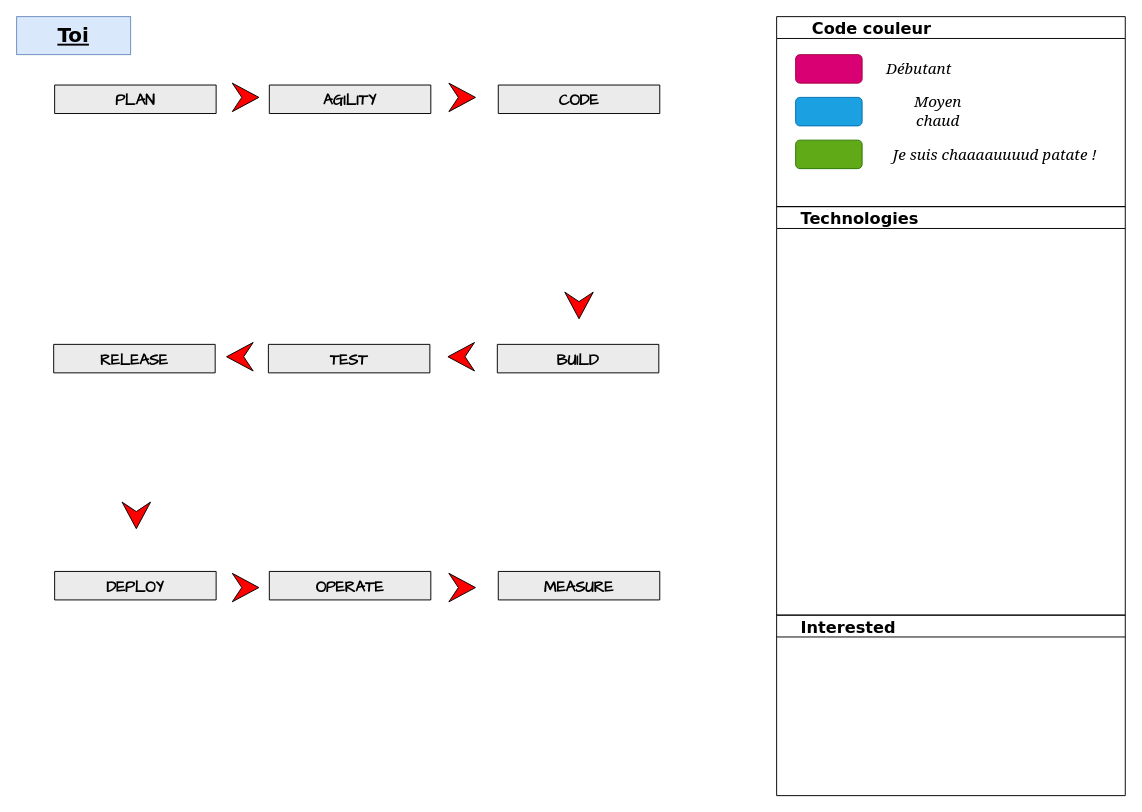
teolia/TeoSchool_skills keeps this draw.io diagram as skills.drawio. Above is the earlier version. Source tidied: cells renumbered, new cells numbered last; positions are measured from the earlier drawing's top-left corner, leaving out a move shared by most shapes. Both pictures are drawn from the tidied source at 95%, with x=0, y=0 at pixel (16, 16).
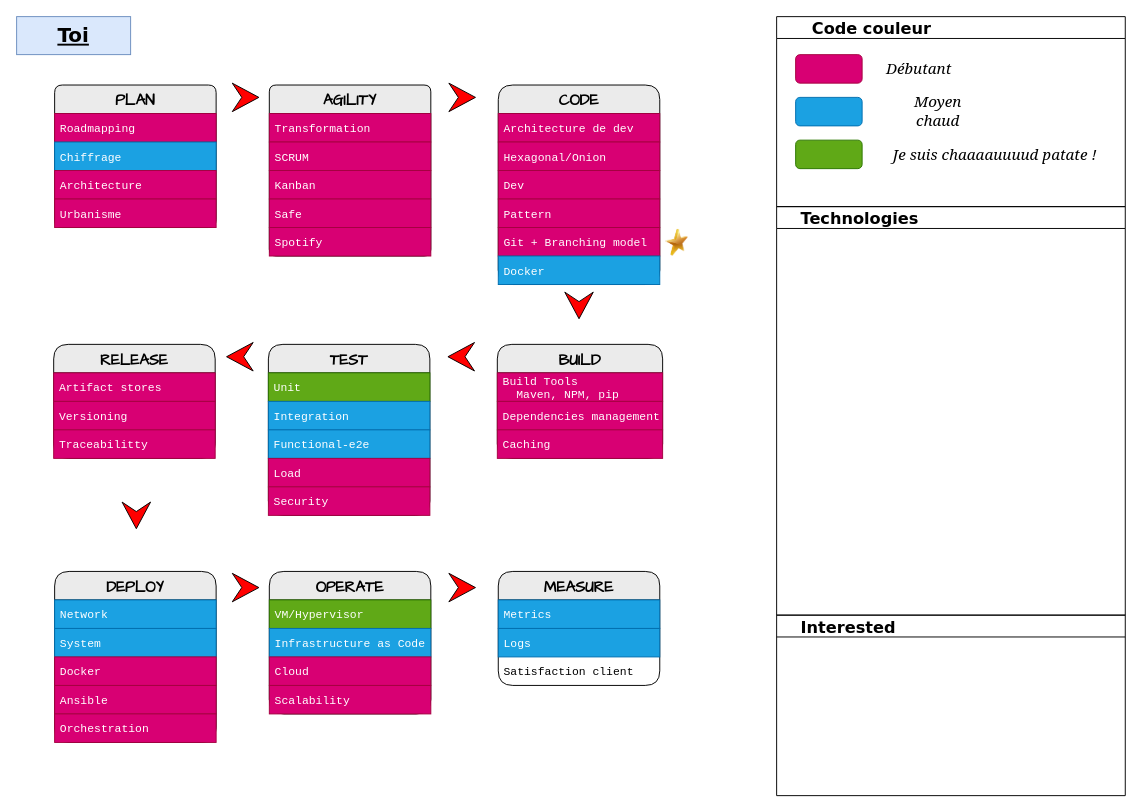
After the change.

Change to the diagram source:
```diff
@@
-    <mxCell id="3" value="PLAN" style="swimlane;fontStyle=1;horizontal=1;startSize=30;fontFamily=Comic Sans MS;rounded=1;arcSize=9;labelBackgroundColor=none;fillColor=#EBEBEB;fontSize=16;" parent="1" vertex="1" collapsed="1">
-      <mxGeometry x="40" y="72" width="170" height="30" as="geometry" />
+    <mxCell id="3" value="PLAN" style="swimlane;fontStyle=1;horizontal=1;startSize=30;fontFamily=Comic Sans MS;rounded=1;arcSize=9;labelBackgroundColor=none;fillColor=#EBEBEB;fontSize=16;" parent="1" vertex="1">
+      <mxGeometry x="40" y="72" width="170" height="150" as="geometry" />
     </mxCell>
+    <mxCell id="29" value="Roadmapping" style="text;align=left;verticalAlign=middle;spacingLeft=4;spacingRight=4;overflow=hidden;fontFamily=Courier New;fillColor=#d80073;fontColor=#ffffff;strokeColor=#A50040;" parent="3" vertex="1">
+      <mxGeometry y="30" width="170" height="30" as="geometry" />
+    </mxCell>
+    <mxCell id="30" value="Chiffrage" style="text;align=left;verticalAlign=middle;spacingLeft=4;spacingRight=4;overflow=hidden;fontFamily=Courier New;fillColor=#1ba1e2;fontColor=#ffffff;strokeColor=#006EAF;" parent="3" vertex="1">
+      <mxGeometry y="60" width="170" height="30" as="geometry" />
+    </mxCell>
+    <mxCell id="31" value="Architecture" style="text;align=left;verticalAlign=middle;spacingLeft=4;spacingRight=4;overflow=hidden;fontFamily=Courier New;fillColor=#d80073;fontColor=#ffffff;strokeColor=#A50040;" parent="3" vertex="1">
+      <mxGeometry y="90" width="170" height="30" as="geometry" />
+    </mxCell>
+    <mxCell id="32" value="Urbanisme" style="text;strokeColor=#A50040;fillColor=#d80073;align=left;verticalAlign=middle;spacingLeft=4;spacingRight=4;overflow=hidden;fontFamily=Courier New;fontColor=#ffffff;" parent="3" vertex="1">
+      <mxGeometry y="120" width="170" height="30" as="geometry" />
+    </mxCell>
-    <mxCell id="4" value="AGILITY" style="swimlane;fontStyle=1;horizontal=1;startSize=30;fontFamily=Comic Sans MS;rounded=1;arcSize=8;labelBackgroundColor=none;fillColor=#EBEBEB;fontSize=16;" parent="1" vertex="1" collapsed="1">
-      <mxGeometry x="266" y="72" width="170" height="30" as="geometry" />
+    <mxCell id="4" value="AGILITY" style="swimlane;fontStyle=1;horizontal=1;startSize=30;fontFamily=Comic Sans MS;rounded=1;arcSize=8;labelBackgroundColor=none;fillColor=#EBEBEB;fontSize=16;" parent="1" vertex="1">
+      <mxGeometry x="266" y="72" width="170" height="180" as="geometry" />
     </mxCell>
+    <mxCell id="33" value="Transformation" style="text;align=left;verticalAlign=middle;spacingLeft=4;spacingRight=4;overflow=hidden;fontFamily=Courier New;fillColor=#d80073;fontColor=#ffffff;strokeColor=#A50040;" parent="4" vertex="1">
+      <mxGeometry y="30" width="170" height="30" as="geometry" />
+    </mxCell>
+    <mxCell id="34" value="SCRUM" style="text;strokeColor=#A50040;fillColor=#d80073;align=left;verticalAlign=middle;spacingLeft=4;spacingRight=4;overflow=hidden;fontFamily=Courier New;fontColor=#ffffff;" parent="4" vertex="1">
+      <mxGeometry y="60" width="170" height="30" as="geometry" />
+    </mxCell>
+    <mxCell id="35" value="Kanban" style="text;strokeColor=#A50040;fillColor=#d80073;align=left;verticalAlign=middle;spacingLeft=4;spacingRight=4;overflow=hidden;fontFamily=Courier New;fontColor=#ffffff;" parent="4" vertex="1">
+      <mxGeometry y="90" width="170" height="30" as="geometry" />
+    </mxCell>
+    <mxCell id="36" value="Safe" style="text;strokeColor=#A50040;fillColor=#d80073;align=left;verticalAlign=middle;spacingLeft=4;spacingRight=4;overflow=hidden;fontFamily=Courier New;fontColor=#ffffff;" parent="4" vertex="1">
+      <mxGeometry y="120" width="170" height="30" as="geometry" />
+    </mxCell>
+    <mxCell id="37" value="Spotify" style="text;strokeColor=#A50040;fillColor=#d80073;align=left;verticalAlign=middle;spacingLeft=4;spacingRight=4;overflow=hidden;fontFamily=Courier New;fontColor=#ffffff;" parent="4" vertex="1">
+      <mxGeometry y="150" width="170" height="30" as="geometry" />
+    </mxCell>
-    <mxCell id="5" value="CODE" style="swimlane;fontStyle=1;horizontal=1;startSize=30;fontFamily=Comic Sans MS;rounded=1;arcSize=17;labelBackgroundColor=none;fillColor=#EBEBEB;fontSize=16;" parent="1" vertex="1" collapsed="1">
-      <mxGeometry x="507" y="72" width="170" height="30" as="geometry" />
+    <mxCell id="5" value="CODE" style="swimlane;fontStyle=1;horizontal=1;startSize=30;fontFamily=Comic Sans MS;rounded=1;arcSize=17;labelBackgroundColor=none;fillColor=#EBEBEB;fontSize=16;" parent="1" vertex="1">
+      <mxGeometry x="507" y="72" width="170" height="210" as="geometry" />
     </mxCell>
+    <mxCell id="38" value="Architecture de dev" style="text;align=left;verticalAlign=middle;spacingLeft=4;spacingRight=4;overflow=hidden;fontFamily=Courier New;fillColor=#d80073;fontColor=#ffffff;strokeColor=#A50040;" parent="5" vertex="1">
+      <mxGeometry y="30" width="170" height="30" as="geometry" />
+    </mxCell>
+    <mxCell id="39" value="Hexagonal/Onion" style="text;strokeColor=#A50040;fillColor=#d80073;align=left;verticalAlign=middle;spacingLeft=4;spacingRight=4;overflow=hidden;fontFamily=Courier New;fontColor=#ffffff;" parent="5" vertex="1">
+      <mxGeometry y="60" width="170" height="30" as="geometry" />
+    </mxCell>
+    <mxCell id="40" value="Dev" style="text;strokeColor=#A50040;fillColor=#d80073;align=left;verticalAlign=middle;spacingLeft=4;spacingRight=4;overflow=hidden;fontFamily=Courier New;fontColor=#ffffff;" parent="5" vertex="1">
+      <mxGeometry y="90" width="170" height="30" as="geometry" />
+    </mxCell>
+    <mxCell id="41" value="Pattern" style="text;strokeColor=#A50040;fillColor=#d80073;align=left;verticalAlign=middle;spacingLeft=4;spacingRight=4;overflow=hidden;fontFamily=Courier New;fontColor=#ffffff;" parent="5" vertex="1">
+      <mxGeometry y="120" width="170" height="30" as="geometry" />
+    </mxCell>
+    <mxCell id="42" value="Git + Branching model" style="text;strokeColor=#A50040;fillColor=#d80073;align=left;verticalAlign=middle;spacingLeft=4;spacingRight=4;overflow=hidden;fontFamily=Courier New;fontColor=#ffffff;" parent="5" vertex="1">
+      <mxGeometry y="150" width="170" height="30" as="geometry" />
+    </mxCell>
+    <mxCell id="43" value="Docker" style="text;strokeColor=#006EAF;fillColor=#1ba1e2;align=left;verticalAlign=middle;spacingLeft=4;spacingRight=4;overflow=hidden;fontFamily=Courier New;fontColor=#ffffff;" parent="5" vertex="1">
+      <mxGeometry y="180" width="170" height="30" as="geometry" />
+    </mxCell>
@@
-    <mxCell id="8" value="RELEASE" style="swimlane;fontStyle=1;horizontal=1;startSize=30;fontFamily=Comic Sans MS;rounded=1;arcSize=17;labelBackgroundColor=none;fillColor=#EBEBEB;fontSize=16;" parent="1" vertex="1" collapsed="1">
-      <mxGeometry x="39" y="345" width="170" height="30" as="geometry" />
+    <mxCell id="8" value="RELEASE" style="swimlane;fontStyle=1;horizontal=1;startSize=30;fontFamily=Comic Sans MS;rounded=1;arcSize=17;labelBackgroundColor=none;fillColor=#EBEBEB;fontSize=16;" parent="1" vertex="1">
+      <mxGeometry x="39" y="345" width="170" height="120" as="geometry" />
     </mxCell>
+    <mxCell id="44" value="Artifact stores" style="text;align=left;verticalAlign=middle;spacingLeft=4;spacingRight=4;overflow=hidden;fontFamily=Courier New;fillColor=#d80073;fontColor=#ffffff;strokeColor=#A50040;" parent="8" vertex="1">
+      <mxGeometry y="30" width="170" height="30" as="geometry" />
+    </mxCell>
+    <mxCell id="45" value="Versioning" style="text;strokeColor=#A50040;fillColor=#d80073;align=left;verticalAlign=middle;spacingLeft=4;spacingRight=4;overflow=hidden;fontFamily=Courier New;fontColor=#ffffff;" parent="8" vertex="1">
+      <mxGeometry y="60" width="170" height="30" as="geometry" />
+    </mxCell>
+    <mxCell id="46" value="Traceabilitty" style="text;strokeColor=#A50040;fillColor=#d80073;align=left;verticalAlign=middle;spacingLeft=4;spacingRight=4;overflow=hidden;fontFamily=Courier New;fontColor=#ffffff;" parent="8" vertex="1">
+      <mxGeometry y="90" width="170" height="30" as="geometry" />
+    </mxCell>
-    <mxCell id="9" value="TEST" style="swimlane;fontStyle=1;horizontal=1;startSize=30;fontFamily=Comic Sans MS;rounded=1;arcSize=17;labelBackgroundColor=none;fillColor=#EBEBEB;fontSize=16;" parent="1" vertex="1" collapsed="1">
-      <mxGeometry x="265" y="345" width="170" height="30" as="geometry" />
+    <mxCell id="9" value="TEST" style="swimlane;fontStyle=1;horizontal=1;startSize=30;fontFamily=Comic Sans MS;rounded=1;arcSize=17;labelBackgroundColor=none;fillColor=#EBEBEB;fontSize=16;" parent="1" vertex="1">
+      <mxGeometry x="265" y="345" width="170" height="180" as="geometry" />
     </mxCell>
+    <mxCell id="47" value="Unit" style="text;align=left;verticalAlign=middle;spacingLeft=4;spacingRight=4;overflow=hidden;fontFamily=Courier New;fillColor=#60a917;fontColor=#ffffff;strokeColor=#2D7600;" parent="9" vertex="1">
+      <mxGeometry y="30" width="170" height="30" as="geometry" />
+    </mxCell>
+    <mxCell id="48" value="Integration" style="text;strokeColor=#006EAF;fillColor=#1ba1e2;align=left;verticalAlign=middle;spacingLeft=4;spacingRight=4;overflow=hidden;fontFamily=Courier New;fontColor=#ffffff;" parent="9" vertex="1">
+      <mxGeometry y="60" width="170" height="30" as="geometry" />
+    </mxCell>
+    <mxCell id="49" value="Functional-e2e" style="text;strokeColor=#006EAF;fillColor=#1ba1e2;align=left;verticalAlign=middle;spacingLeft=4;spacingRight=4;overflow=hidden;fontFamily=Courier New;fontColor=#ffffff;" parent="9" vertex="1">
+      <mxGeometry y="90" width="170" height="30" as="geometry" />
+    </mxCell>
+    <mxCell id="50" value="Load" style="text;strokeColor=#A50040;fillColor=#d80073;align=left;verticalAlign=middle;spacingLeft=4;spacingRight=4;overflow=hidden;fontFamily=Courier New;fontColor=#ffffff;" parent="9" vertex="1">
+      <mxGeometry y="120" width="170" height="30" as="geometry" />
+    </mxCell>
+    <mxCell id="51" value="Security" style="text;strokeColor=#A50040;fillColor=#d80073;align=left;verticalAlign=middle;spacingLeft=4;spacingRight=4;overflow=hidden;fontFamily=Courier New;fontColor=#ffffff;" parent="9" vertex="1">
+      <mxGeometry y="150" width="170" height="30" as="geometry" />
+    </mxCell>
-    <mxCell id="10" value="BUILD" style="swimlane;fontStyle=1;horizontal=1;startSize=30;fontFamily=Comic Sans MS;rounded=1;arcSize=17;labelBackgroundColor=none;fillColor=#EBEBEB;fontSize=16;" parent="1" vertex="1" collapsed="1">
-      <mxGeometry x="506" y="345" width="170" height="30" as="geometry" />
+    <mxCell id="10" value="BUILD" style="swimlane;fontStyle=1;horizontal=1;startSize=30;fontFamily=Comic Sans MS;rounded=1;arcSize=17;labelBackgroundColor=none;fillColor=#EBEBEB;fontSize=16;" parent="1" vertex="1">
+      <mxGeometry x="506" y="345" width="174" height="120" as="geometry" />
     </mxCell>
+    <mxCell id="52" value="Build Tools&#10;  Maven, NPM, pip" style="text;align=left;verticalAlign=middle;spacingLeft=4;spacingRight=4;overflow=hidden;fontFamily=Courier New;fillColor=#d80073;fontColor=#ffffff;strokeColor=#A50040;" parent="10" vertex="1">
+      <mxGeometry y="30" width="174" height="30" as="geometry" />
+    </mxCell>
+    <mxCell id="53" value="Dependencies management" style="text;strokeColor=#A50040;fillColor=#d80073;align=left;verticalAlign=middle;spacingLeft=4;spacingRight=4;overflow=hidden;fontFamily=Courier New;fontColor=#ffffff;" parent="10" vertex="1">
+      <mxGeometry y="60" width="174" height="30" as="geometry" />
+    </mxCell>
+    <mxCell id="54" value="Caching" style="text;strokeColor=#A50040;fillColor=#d80073;align=left;verticalAlign=middle;spacingLeft=4;spacingRight=4;overflow=hidden;fontFamily=Courier New;fontColor=#ffffff;" parent="10" vertex="1">
+      <mxGeometry y="90" width="174" height="30" as="geometry" />
+    </mxCell>
-    <mxCell id="11" value="DEPLOY" style="swimlane;fontStyle=1;horizontal=1;startSize=30;fontFamily=Comic Sans MS;rounded=1;arcSize=17;labelBackgroundColor=none;fillColor=#EBEBEB;fontSize=16;" parent="1" vertex="1" collapsed="1">
-      <mxGeometry x="40" y="584" width="170" height="30" as="geometry" />
+    <mxCell id="11" value="DEPLOY" style="swimlane;fontStyle=1;horizontal=1;startSize=30;fontFamily=Comic Sans MS;rounded=1;arcSize=17;labelBackgroundColor=none;fillColor=#EBEBEB;fontSize=16;" parent="1" vertex="1">
+      <mxGeometry x="40" y="584" width="170" height="180" as="geometry" />
     </mxCell>
+    <mxCell id="55" value="Network" style="text;align=left;verticalAlign=middle;spacingLeft=4;spacingRight=4;overflow=hidden;fontFamily=Courier New;fillColor=#1ba1e2;fontColor=#ffffff;strokeColor=#006EAF;" parent="11" vertex="1">
+      <mxGeometry y="30" width="170" height="30" as="geometry" />
+    </mxCell>
+    <mxCell id="56" value="System" style="text;strokeColor=#006EAF;fillColor=#1ba1e2;align=left;verticalAlign=middle;spacingLeft=4;spacingRight=4;overflow=hidden;fontFamily=Courier New;fontColor=#ffffff;" parent="11" vertex="1">
+      <mxGeometry y="60" width="170" height="30" as="geometry" />
+    </mxCell>
+    <mxCell id="57" value="Docker" style="text;strokeColor=#A50040;fillColor=#d80073;align=left;verticalAlign=middle;spacingLeft=4;spacingRight=4;overflow=hidden;fontFamily=Courier New;fontColor=#ffffff;" parent="11" vertex="1">
+      <mxGeometry y="90" width="170" height="30" as="geometry" />
+    </mxCell>
+    <mxCell id="58" value="Ansible" style="text;strokeColor=#A50040;fillColor=#d80073;align=left;verticalAlign=middle;spacingLeft=4;spacingRight=4;overflow=hidden;fontFamily=Courier New;fontColor=#ffffff;" parent="11" vertex="1">
+      <mxGeometry y="120" width="170" height="30" as="geometry" />
+    </mxCell>
+    <mxCell id="59" value="Orchestration" style="text;strokeColor=#A50040;fillColor=#d80073;align=left;verticalAlign=middle;spacingLeft=4;spacingRight=4;overflow=hidden;fontFamily=Courier New;fontColor=#ffffff;" parent="11" vertex="1">
+      <mxGeometry y="150" width="170" height="30" as="geometry" />
+    </mxCell>
-    <mxCell id="12" value="OPERATE" style="swimlane;fontStyle=1;horizontal=1;startSize=30;fontFamily=Comic Sans MS;rounded=1;arcSize=17;labelBackgroundColor=none;fillColor=#EBEBEB;fontSize=16;" parent="1" vertex="1" collapsed="1">
-      <mxGeometry x="266" y="584" width="170" height="30" as="geometry" />
+    <mxCell id="12" value="OPERATE" style="swimlane;fontStyle=1;horizontal=1;startSize=30;fontFamily=Comic Sans MS;rounded=1;arcSize=17;labelBackgroundColor=none;fillColor=#EBEBEB;fontSize=16;" parent="1" vertex="1">
+      <mxGeometry x="266" y="584" width="170" height="150" as="geometry" />
     </mxCell>
+    <mxCell id="60" value="VM/Hypervisor" style="text;align=left;verticalAlign=middle;spacingLeft=4;spacingRight=4;overflow=hidden;fontFamily=Courier New;fillColor=#60a917;fontColor=#ffffff;strokeColor=#2D7600;" parent="12" vertex="1">
+      <mxGeometry y="30" width="170" height="30" as="geometry" />
+    </mxCell>
+    <mxCell id="61" value="Infrastructure as Code" style="text;strokeColor=#006EAF;fillColor=#1ba1e2;align=left;verticalAlign=middle;spacingLeft=4;spacingRight=4;overflow=hidden;fontFamily=Courier New;fontColor=#ffffff;" parent="12" vertex="1">
+      <mxGeometry y="60" width="170" height="30" as="geometry" />
+    </mxCell>
+    <mxCell id="62" value="Cloud" style="text;strokeColor=#A50040;fillColor=#d80073;align=left;verticalAlign=middle;spacingLeft=4;spacingRight=4;overflow=hidden;fontFamily=Courier New;fontColor=#ffffff;" parent="12" vertex="1">
+      <mxGeometry y="90" width="170" height="30" as="geometry" />
+    </mxCell>
+    <mxCell id="63" value="Scalability" style="text;strokeColor=#A50040;fillColor=#d80073;align=left;verticalAlign=middle;spacingLeft=4;spacingRight=4;overflow=hidden;fontFamily=Courier New;fontColor=#ffffff;" parent="12" vertex="1">
+      <mxGeometry y="120" width="170" height="30" as="geometry" />
+    </mxCell>
-    <mxCell id="13" value="MEASURE" style="swimlane;fontStyle=1;horizontal=1;startSize=30;fontFamily=Comic Sans MS;rounded=1;arcSize=17;labelBackgroundColor=none;fillColor=#EBEBEB;fontSize=16;" parent="1" vertex="1" collapsed="1">
-      <mxGeometry x="507" y="584" width="170" height="30" as="geometry" />
+    <mxCell id="13" value="MEASURE" style="swimlane;fontStyle=1;horizontal=1;startSize=30;fontFamily=Comic Sans MS;rounded=1;arcSize=17;labelBackgroundColor=none;fillColor=#EBEBEB;fontSize=16;" parent="1" vertex="1">
+      <mxGeometry x="507" y="584" width="170" height="120" as="geometry" />
     </mxCell>
+    <mxCell id="64" value="Metrics" style="text;align=left;verticalAlign=middle;spacingLeft=4;spacingRight=4;overflow=hidden;fontFamily=Courier New;fillColor=#1ba1e2;fontColor=#ffffff;strokeColor=#006EAF;" parent="13" vertex="1">
+      <mxGeometry y="30" width="170" height="30" as="geometry" />
+    </mxCell>
+    <mxCell id="65" value="Logs" style="text;strokeColor=#006EAF;fillColor=#1ba1e2;align=left;verticalAlign=middle;spacingLeft=4;spacingRight=4;overflow=hidden;fontFamily=Courier New;fontColor=#ffffff;" parent="13" vertex="1">
+      <mxGeometry y="60" width="170" height="30" as="geometry" />
+    </mxCell>
+    <mxCell id="66" value="Satisfaction client" style="text;strokeColor=none;fillColor=none;align=left;verticalAlign=middle;spacingLeft=4;spacingRight=4;overflow=hidden;fontFamily=Courier New;" parent="13" vertex="1">
+      <mxGeometry y="90" width="170" height="30" as="geometry" />
+    </mxCell>
@@
+    <mxCell id="67" style="image;html=1;image=img/lib/clip_art/general/Star_128x128.png;" parent="1" vertex="1">
+      <mxGeometry x="680" y="224" width="30" height="28" as="geometry" />
+    </mxCell>
```
